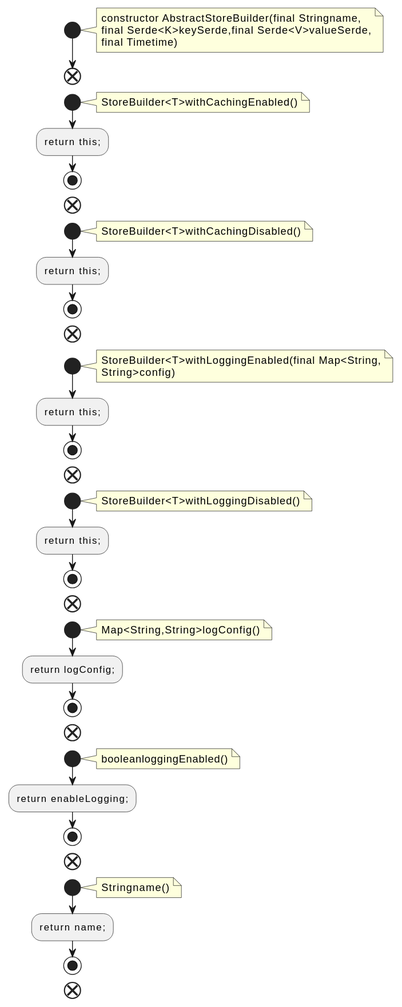
The PlantUML diagram docs/qc/streams/src/main/java/org/apache/kafka/streams/state/internals/AbstractStoreBuilder.java.fct.svg in qualitesys/kafka, before a commit.
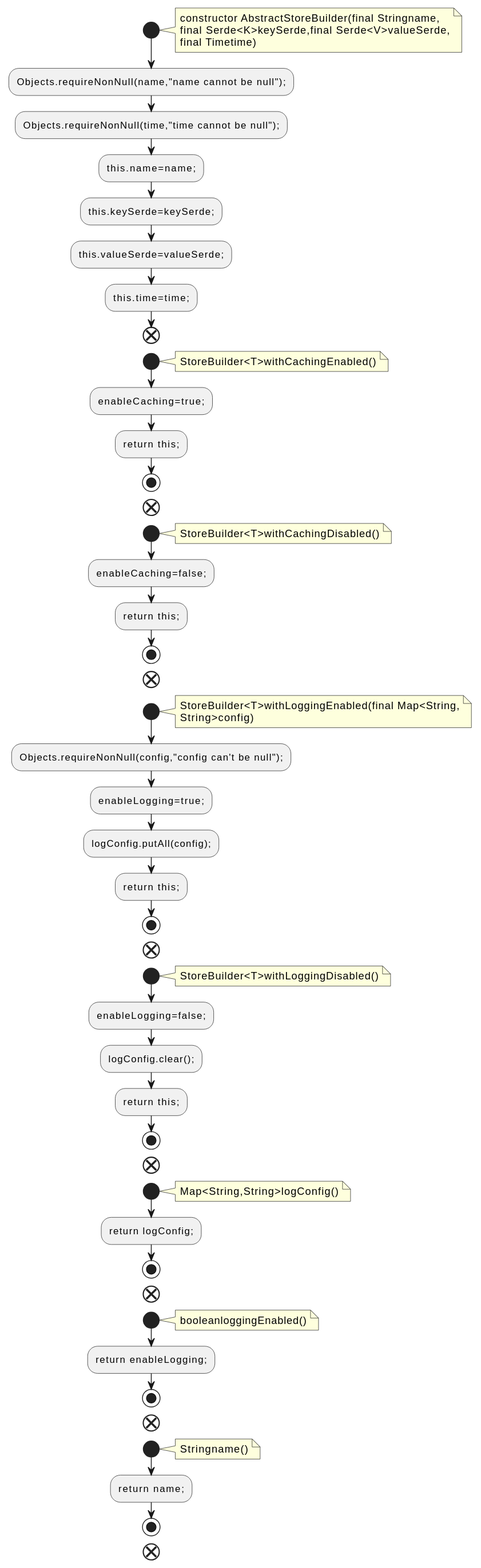
Above is the later version.

Change to the diagram source:
```diff
@@ -6,11 +6,18 @@
 final Serde<K>keySerde,final Serde<V>valueSerde,
 final Timetime)
 end note
+:Objects.requireNonNull(name,"name cannot be null");;
+:Objects.requireNonNull(time,"time cannot be null");;
+:this.name=name;;
+:this.keySerde=keySerde;;
+:this.valueSerde=valueSerde;;
+:this.time=time;;
 end
 start
 note right
 StoreBuilder<T>withCachingEnabled()
 end note
+:enableCaching=true;;
 :return this;;
 stop
 end
@@ -18,6 +25,7 @@
 note right
 StoreBuilder<T>withCachingDisabled()
 end note
+:enableCaching=false;;
 :return this;;
 stop
 end
@@ -26,6 +34,9 @@
 StoreBuilder<T>withLoggingEnabled(final Map<String,
 String>config)
 end note
+:Objects.requireNonNull(config,"config can't be null");;
+:enableLogging=true;;
+:logConfig.putAll(config);;
 :return this;;
 stop
 end
@@ -33,6 +44,8 @@
 note right
 StoreBuilder<T>withLoggingDisabled()
 end note
+:enableLogging=false;;
+:logConfig.clear();;
 :return this;;
 stop
 end
```
